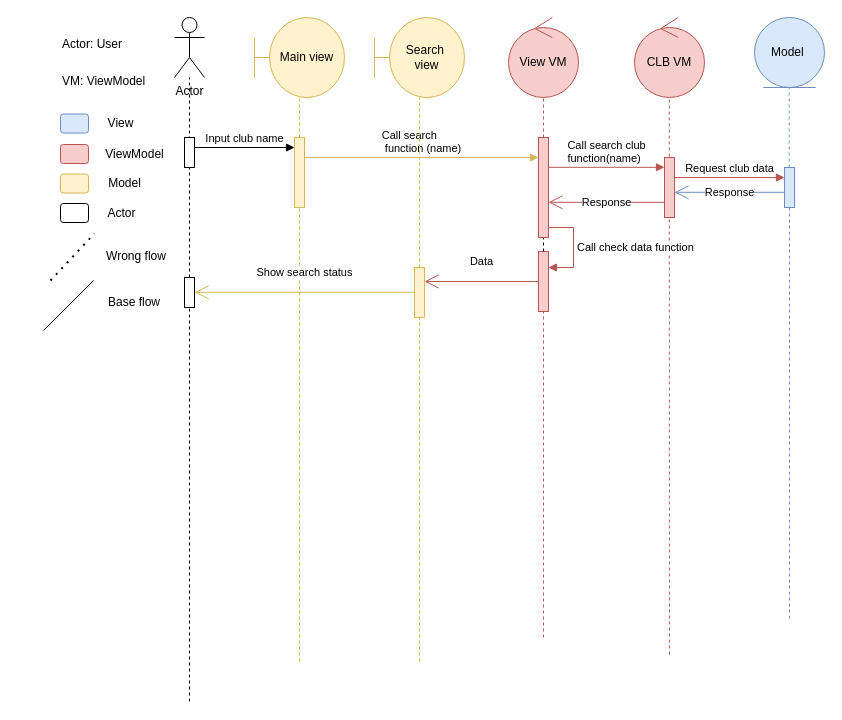
The draw.io diagram page "Search" (5 of 13) of Diagram.drawio in DnhTrn/finall_project, before the edit. Source tidied: cells renumbered, new cells numbered last; positions are measured from the earlier drawing's top-left corner, leaving out a move shared by most shapes. Both pictures are drawn from the tidied source at 100%, with x=0, y=0 at pixel (43, 17).
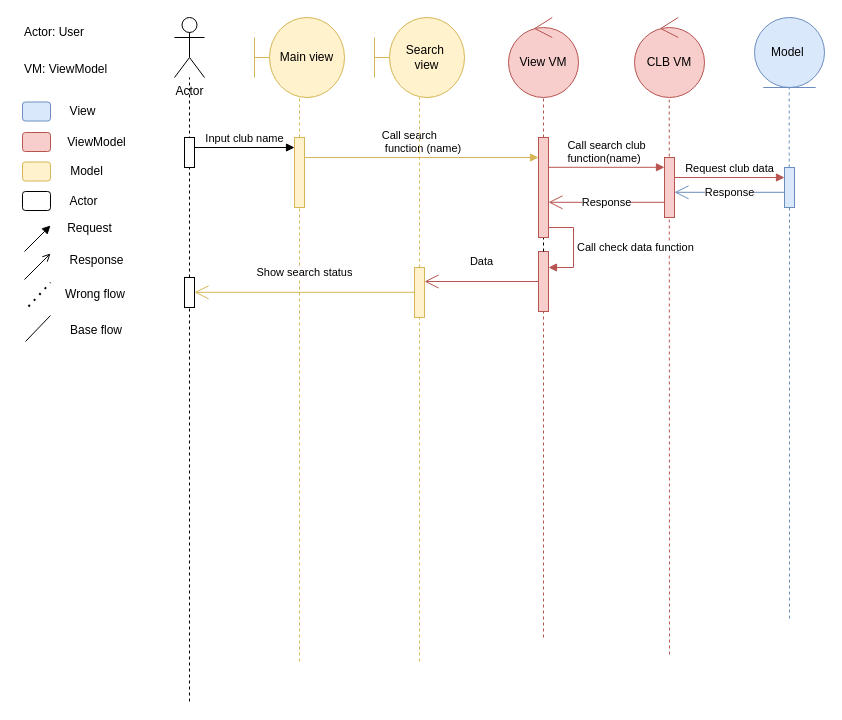
After the change.

Diff of the diagram source:
```diff
@@
     <mxCell id="37" value="&lt;div style=&quot;&quot;&gt;&lt;span style=&quot;background-color: initial;&quot;&gt;VM: ViewModel&lt;/span&gt;&lt;/div&gt;" style="text;html=1;align=left;verticalAlign=middle;whiteSpace=wrap;rounded=0;" parent="1" vertex="1">
-      <mxGeometry x="17" y="49" width="101" height="30" as="geometry" />
+      <mxGeometry x="-21" y="37" width="101" height="30" as="geometry" />
     </mxCell>
-    <mxCell id="38" style="rounded=1;whiteSpace=wrap;html=1;fillColor=#dae8fc;strokeColor=#6c8ebf;" parent="1" vertex="1">
-      <mxGeometry x="17" y="96.5" width="28" height="19" as="geometry" />
-    </mxCell>
+    <mxCell id="52" style="rounded=1;whiteSpace=wrap;html=1;fillColor=#dae8fc;strokeColor=#6c8ebf;" parent="1" vertex="1">
+      <mxGeometry x="-21" y="84.5" width="28" height="19" as="geometry" />
+    </mxCell>
     <mxCell id="39" value="View" style="text;html=1;align=center;verticalAlign=middle;strokeColor=none;fillColor=none;" parent="1" vertex="1">
-      <mxGeometry x="55" y="93" width="44" height="26" as="geometry" />
+      <mxGeometry x="17" y="81" width="44" height="26" as="geometry" />
     </mxCell>
-    <mxCell id="40" style="rounded=1;whiteSpace=wrap;html=1;fillColor=#f8cecc;strokeColor=#b85450;" parent="1" vertex="1">
-      <mxGeometry x="17" y="127" width="28" height="19" as="geometry" />
-    </mxCell>
+    <mxCell id="53" style="rounded=1;whiteSpace=wrap;html=1;fillColor=#f8cecc;strokeColor=#b85450;" parent="1" vertex="1">
+      <mxGeometry x="-21" y="115" width="28" height="19" as="geometry" />
+    </mxCell>
     <mxCell id="41" value="ViewModel" style="text;html=1;align=center;verticalAlign=middle;strokeColor=none;fillColor=none;" parent="1" vertex="1">
-      <mxGeometry x="53" y="123.5" width="76" height="26" as="geometry" />
+      <mxGeometry x="15" y="111.5" width="76" height="26" as="geometry" />
     </mxCell>
-    <mxCell id="42" style="rounded=1;whiteSpace=wrap;html=1;fillColor=#fff2cc;strokeColor=#d6b656;" parent="1" vertex="1">
-      <mxGeometry x="17" y="156.5" width="28" height="19" as="geometry" />
-    </mxCell>
+    <mxCell id="54" style="rounded=1;whiteSpace=wrap;html=1;fillColor=#fff2cc;strokeColor=#d6b656;" parent="1" vertex="1">
+      <mxGeometry x="-21" y="144.5" width="28" height="19" as="geometry" />
+    </mxCell>
     <mxCell id="43" value="Model" style="text;html=1;align=center;verticalAlign=middle;strokeColor=none;fillColor=none;" parent="1" vertex="1">
-      <mxGeometry x="55" y="153" width="51" height="26" as="geometry" />
+      <mxGeometry x="17" y="141" width="51" height="26" as="geometry" />
     </mxCell>
-    <mxCell id="44" style="endArrow=none;dashed=1;html=1;dashPattern=1 3;strokeWidth=2;rounded=0;" parent="1" edge="1">
-      <mxGeometry relative="1" as="geometry">
-        <mxPoint x="7" y="263" as="sourcePoint" />
-        <mxPoint x="51" y="216" as="targetPoint" />
-      </mxGeometry>
-    </mxCell>
+    <mxCell id="55" style="endArrow=none;dashed=1;html=1;dashPattern=1 3;strokeWidth=2;rounded=0;" parent="1" edge="1">
+      <mxGeometry relative="1" as="geometry">
+        <mxPoint x="-15" y="289" as="sourcePoint" />
+        <mxPoint x="7" y="265" as="targetPoint" />
+      </mxGeometry>
+    </mxCell>
     <mxCell id="45" value="Wrong flow" style="text;html=1;align=center;verticalAlign=middle;whiteSpace=wrap;rounded=0;" parent="1" vertex="1">
-      <mxGeometry x="55" y="224" width="76" height="30" as="geometry" />
+      <mxGeometry x="14" y="262" width="76" height="30" as="geometry" />
     </mxCell>
-    <mxCell id="46" style="endArrow=none;html=1;rounded=0;" parent="1" edge="1">
-      <mxGeometry relative="1" as="geometry">
-        <mxPoint y="313" as="sourcePoint" />
-        <mxPoint x="50" y="263" as="targetPoint" />
-      </mxGeometry>
-    </mxCell>
+    <mxCell id="56" style="endArrow=none;html=1;rounded=0;" parent="1" edge="1">
+      <mxGeometry relative="1" as="geometry">
+        <mxPoint x="-18" y="324" as="sourcePoint" />
+        <mxPoint x="7" y="298" as="targetPoint" />
+      </mxGeometry>
+    </mxCell>
     <mxCell id="47" value="Base flow" style="text;html=1;align=center;verticalAlign=middle;whiteSpace=wrap;rounded=0;" parent="1" vertex="1">
-      <mxGeometry x="53" y="270" width="76" height="30" as="geometry" />
+      <mxGeometry x="15" y="298" width="76" height="30" as="geometry" />
     </mxCell>
-    <mxCell id="48" value="&lt;div style=&quot;&quot;&gt;&lt;br&gt;&lt;/div&gt;" style="text;html=1;align=left;verticalAlign=middle;strokeColor=none;fillColor=none;" parent="1" vertex="1">
-      <mxGeometry x="16" y="12" width="18" height="26" as="geometry" />
-    </mxCell>
+    <mxCell id="57" value="&lt;div style=&quot;&quot;&gt;&lt;br&gt;&lt;/div&gt;" style="text;html=1;align=left;verticalAlign=middle;strokeColor=none;fillColor=none;" parent="1" vertex="1">
+      <mxGeometry x="-22" width="18" height="26" as="geometry" />
+    </mxCell>
     <mxCell id="49" value="&lt;div style=&quot;&quot;&gt;&lt;span style=&quot;background-color: initial;&quot;&gt;Actor: User&lt;/span&gt;&lt;/div&gt;" style="text;html=1;align=left;verticalAlign=middle;whiteSpace=wrap;rounded=0;" parent="1" vertex="1">
-      <mxGeometry x="17" y="12" width="89" height="30" as="geometry" />
+      <mxGeometry x="-21" width="89" height="30" as="geometry" />
     </mxCell>
-    <mxCell id="50" style="rounded=1;whiteSpace=wrap;html=1;" parent="1" vertex="1">
-      <mxGeometry x="17" y="186" width="28" height="19" as="geometry" />
-    </mxCell>
+    <mxCell id="58" style="rounded=1;whiteSpace=wrap;html=1;" parent="1" vertex="1">
+      <mxGeometry x="-21" y="174" width="28" height="19" as="geometry" />
+    </mxCell>
     <mxCell id="51" value="Actor" style="text;html=1;align=center;verticalAlign=middle;strokeColor=none;fillColor=none;" parent="1" vertex="1">
-      <mxGeometry x="55" y="182.5" width="46" height="26" as="geometry" />
+      <mxGeometry x="17" y="170.5" width="46" height="26" as="geometry" />
     </mxCell>
+    <mxCell id="59" style="endArrow=block;html=1;rounded=0;endFill=1;" parent="1" edge="1">
+      <mxGeometry relative="1" as="geometry">
+        <mxPoint x="-19" y="234" as="sourcePoint" />
+        <mxPoint x="7" y="208" as="targetPoint" />
+      </mxGeometry>
+    </mxCell>
+    <mxCell id="60" value="Request" style="text;html=1;align=center;verticalAlign=middle;strokeColor=none;fillColor=none;" parent="1" vertex="1">
+      <mxGeometry x="14" y="198" width="63" height="26" as="geometry" />
+    </mxCell>
+    <mxCell id="61" style="endArrow=open;html=1;rounded=0;endFill=0;" parent="1" edge="1">
+      <mxGeometry relative="1" as="geometry">
+        <mxPoint x="-19" y="262" as="sourcePoint" />
+        <mxPoint x="7" y="236" as="targetPoint" />
+      </mxGeometry>
+    </mxCell>
+    <mxCell id="62" value="Response" style="text;html=1;align=center;verticalAlign=middle;strokeColor=none;fillColor=none;" parent="1" vertex="1">
+      <mxGeometry x="17" y="230" width="72" height="26" as="geometry" />
+    </mxCell>
```
